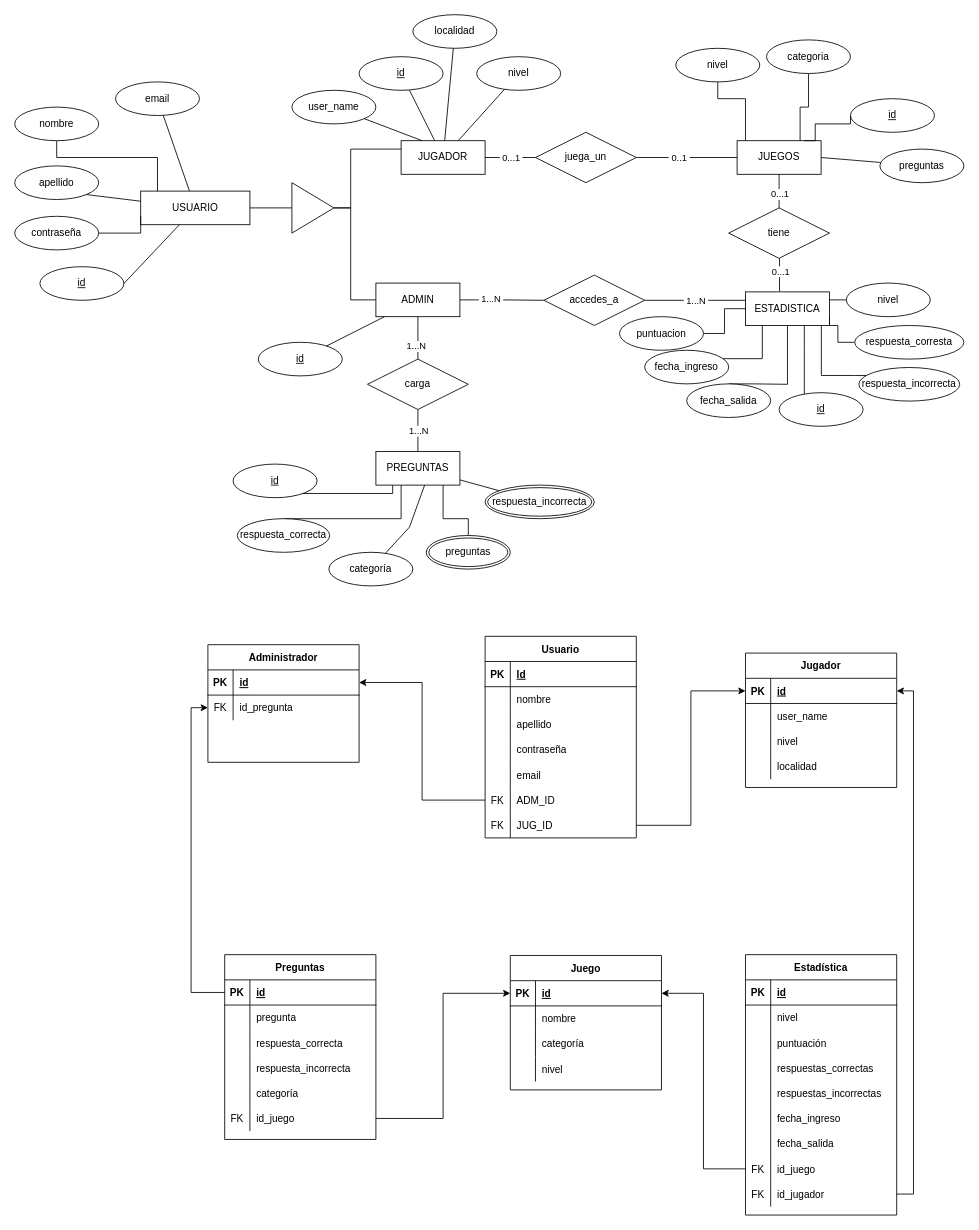
Above: MER y tablas Proyecto Final.drawio in 0Guillermo/proyecto-final-de-web (draw.io), before the change. Source tidied: cells renumbered, new cells numbered last; positions are measured from the earlier drawing's top-left corner, leaving out a move shared by most shapes. Both pictures are drawn from the tidied source at 84%, with x=0, y=0 at pixel (14, 14).
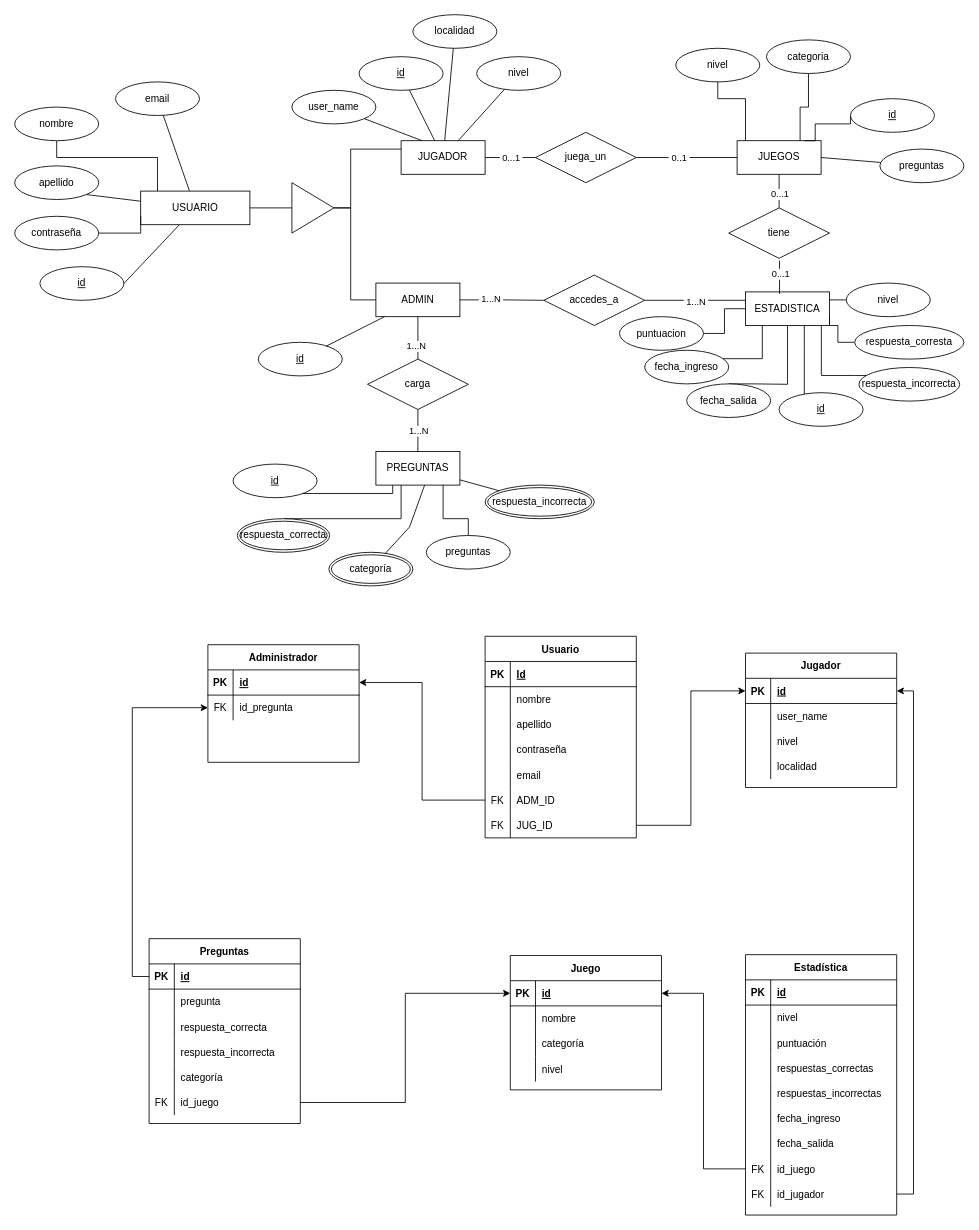
Above is the later version.

The change refers to these unchanged cells:
```xml
<mxCell id="9" value="ESTADISTICA" style="whiteSpace=wrap;html=1;align=center;" parent="1" vertex="1">
  <mxGeometry x="870" y="330" width="100" height="40" as="geometry" />
</mxCell>
<mxCell id="36" style="edgeStyle=orthogonalEdgeStyle;rounded=0;jettySize=auto;html=1;entryX=0;entryY=0.25;entryDx=0;entryDy=0;endArrow=none;endFill=0;exitX=1;exitY=0.5;exitDx=0;exitDy=0;" parent="1" edge="1" source="38" target="9">
  <mxGeometry relative="1" as="geometry" />
</mxCell>
<mxCell id="58" value="tiene" style="shape=rhombus;perimeter=rhombusPerimeter;whiteSpace=wrap;html=1;align=center;" parent="1" vertex="1">
  <mxGeometry x="850" y="230" width="120" height="60" as="geometry" />
</mxCell>
```

The edit, as a diff of the source:
```diff
@@
     <mxCell id="37" value="&amp;nbsp;1...N&amp;nbsp;" style="edgeLabel;html=1;align=center;verticalAlign=middle;" parent="36" vertex="1">
       <mxGeometry x="-0.37" y="-1" relative="1" as="geometry">
-        <mxPoint x="22" y="-1" as="offset" />
+        <mxPoint x="22" as="offset" />
       </mxGeometry>
     </mxCell>
@@
-    <mxCell id="56" style="edgeStyle=orthogonalEdgeStyle;rounded=0;jettySize=auto;html=1;entryX=0.405;entryY=-0.015;entryDx=0;entryDy=0;entryPerimeter=0;endArrow=none;endFill=0;" parent="1" edge="1" source="58" target="9">
+    <mxCell id="56" style="edgeStyle=orthogonalEdgeStyle;rounded=0;orthogonalLoop=1;jettySize=auto;html=1;entryX=0.405;entryY=-0.015;entryDx=0;entryDy=0;entryPerimeter=0;endArrow=none;endFill=0;" parent="1" edge="1">
       <mxGeometry relative="1" as="geometry">
+        <mxPoint x="910.5" y="292.8" as="sourcePoint" />
+        <mxPoint x="910.5" y="332.4" as="targetPoint" />
         <Array as="points">
-          <mxPoint x="911" y="310" />
+          <mxPoint x="911" y="313" />
         </Array>
       </mxGeometry>
     </mxCell>
@@
-    <mxCell id="61" value="respuesta_correcta" style="ellipse;whiteSpace=wrap;html=1;align=center;" parent="1" vertex="1">
+    <mxCell id="61" value="respuesta_correcta" style="ellipse;shape=doubleEllipse;margin=3;whiteSpace=wrap;html=1;align=center;fontFamily=Helvetica;fontSize=12;fontColor=#000000;strokeColor=#000000;fillColor=#ffffff;" parent="1" vertex="1">
       <mxGeometry x="265" y="600" width="110" height="40" as="geometry" />
     </mxCell>
@@
-    <mxCell id="63" value="preguntas" style="ellipse;shape=doubleEllipse;margin=3;whiteSpace=wrap;html=1;align=center;fontFamily=Helvetica;fontSize=12;fontColor=#000000;strokeColor=#000000;fillColor=#ffffff;" parent="1" vertex="1">
+    <mxCell id="63" value="preguntas" style="ellipse;whiteSpace=wrap;html=1;align=center;fontFamily=Helvetica;fontSize=12;fontColor=#000000;strokeColor=#000000;fillColor=#ffffff;" parent="1" vertex="1">
       <mxGeometry x="490" y="620" width="100" height="40" as="geometry" />
     </mxCell>
@@
     <mxCell id="127" value="Preguntas" style="shape=table;startSize=30;childLayout=tableLayout;rowLines=0;fontStyle=1;align=center;" parent="1" vertex="1">
-      <mxGeometry x="250" y="1119" width="180" height="220" as="geometry" />
+      <mxGeometry x="160" y="1100" width="180" height="220" as="geometry" />
     </mxCell>
@@
-    <mxCell id="191" value="categoría" style="ellipse;whiteSpace=wrap;html=1;align=center;" parent="1" vertex="1">
+    <mxCell id="191" value="categoría" style="ellipse;shape=doubleEllipse;margin=3;whiteSpace=wrap;html=1;align=center;fontFamily=Helvetica;fontSize=12;fontColor=#000000;strokeColor=#000000;fillColor=#ffffff;" parent="1" vertex="1">
       <mxGeometry x="374" y="640" width="100" height="40" as="geometry" />
     </mxCell>
```
